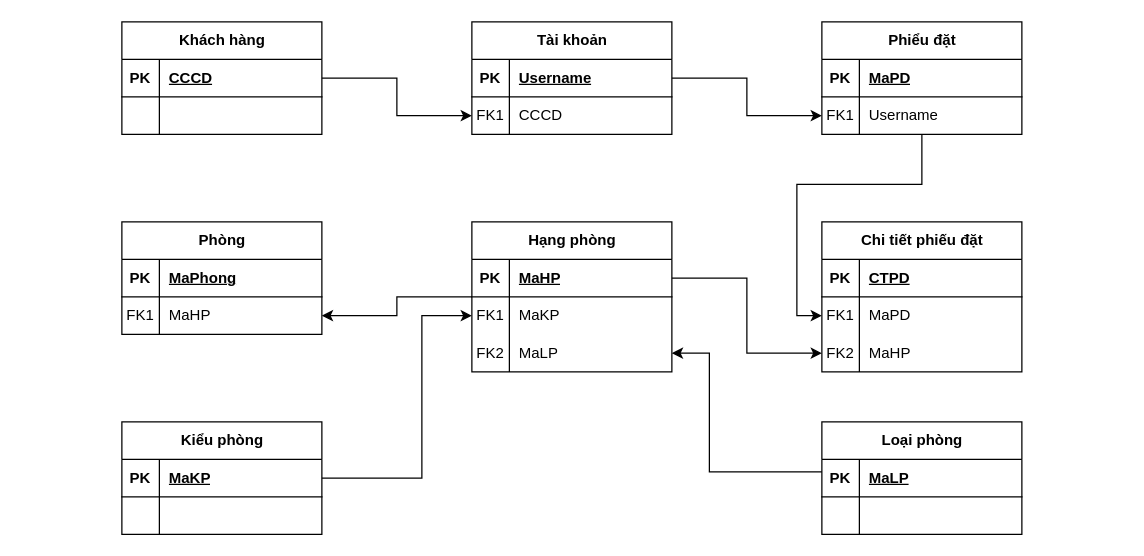
Before: Baocao1.drawio in PLKhang/TTCS_DatPhongKhachSan, a draw.io diagram. Source tidied: cells renumbered, new cells numbered last; positions are measured from the earlier drawing's top-left corner, leaving out a move shared by most shapes. Both pictures are drawn from the tidied source at 125%, with x=0, y=0 at pixel (121, 21).
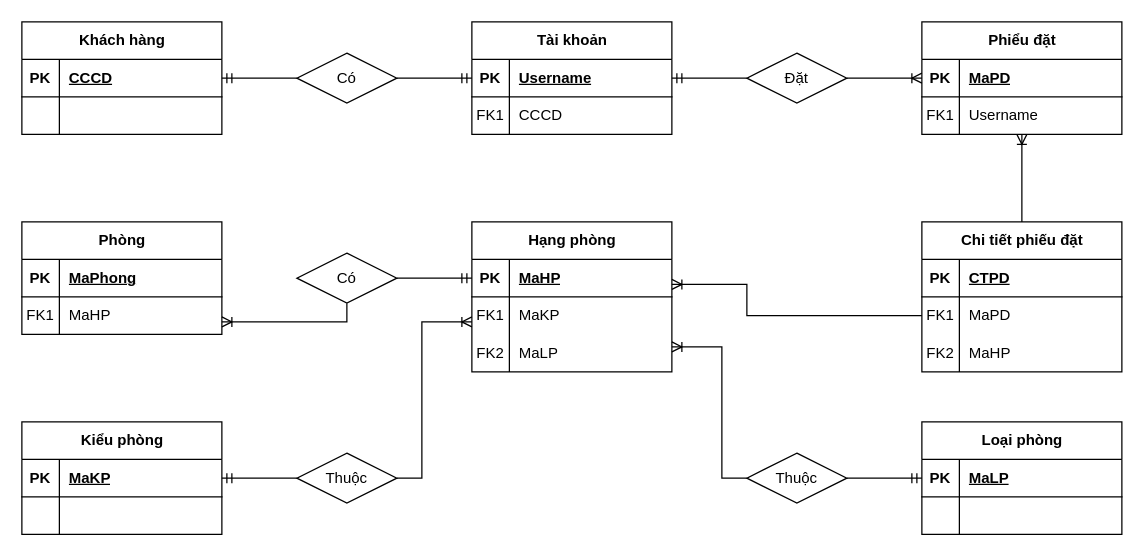
The same diagram, later.

The change refers to these unchanged cells:
```xml
<mxCell id="3" style="shape=tableRow;horizontal=0;startSize=0;swimlaneHead=0;swimlaneBody=0;fillColor=none;points=[[0,0.5],[1,0.5]];portConstraint=eastwest;top=0;left=0;right=0;bottom=1;" parent="2" vertex="1">
  <mxGeometry y="30" width="160" height="30" as="geometry" />
</mxCell>
<mxCell id="29" style="shape=tableRow;horizontal=0;startSize=0;swimlaneHead=0;swimlaneBody=0;fillColor=none;points=[[0,0.5],[1,0.5]];portConstraint=eastwest;top=0;left=0;right=0;bottom=0;" parent="25" vertex="1">
  <mxGeometry y="60" width="160" height="30" as="geometry" />
</mxCell>
<mxCell id="32" style="shape=tableRow;horizontal=0;startSize=0;swimlaneHead=0;swimlaneBody=0;fillColor=none;points=[[0,0.5],[1,0.5]];portConstraint=eastwest;top=0;left=0;right=0;bottom=0;" parent="25" vertex="1">
  <mxGeometry y="90" width="160" height="30" as="geometry" />
</mxCell>
<mxCell id="39" style="shape=tableRow;horizontal=0;startSize=0;swimlaneHead=0;swimlaneBody=0;fillColor=none;points=[[0,0.5],[1,0.5]];portConstraint=eastwest;top=0;left=0;right=0;bottom=0;" parent="35" vertex="1">
  <mxGeometry y="60" width="160" height="30" as="geometry" />
</mxCell>
<mxCell id="43" value="Hạng phòng" style="shape=table;startSize=30;childLayout=tableLayout;rowLines=0;fontStyle=1;align=center;html=1;" parent="1" vertex="1">
  <mxGeometry x="280" y="160" width="160" height="120" as="geometry" />
</mxCell>
<mxCell id="44" style="shape=tableRow;horizontal=0;startSize=0;swimlaneHead=0;swimlaneBody=0;fillColor=none;points=[[0,0.5],[1,0.5]];portConstraint=eastwest;top=0;left=0;right=0;bottom=1;" parent="43" vertex="1">
  <mxGeometry y="30" width="160" height="30" as="geometry" />
</mxCell>
<mxCell id="47" style="shape=tableRow;horizontal=0;startSize=0;swimlaneHead=0;swimlaneBody=0;fillColor=none;points=[[0,0.5],[1,0.5]];portConstraint=eastwest;top=0;left=0;right=0;bottom=0;" parent="43" vertex="1">
  <mxGeometry y="60" width="160" height="30" as="geometry" />
</mxCell>
<mxCell id="50" style="shape=tableRow;horizontal=0;startSize=0;swimlaneHead=0;swimlaneBody=0;fillColor=none;points=[[0,0.5],[1,0.5]];portConstraint=eastwest;top=0;left=0;right=0;bottom=0;" parent="43" vertex="1">
  <mxGeometry y="90" width="160" height="30" as="geometry" />
</mxCell>
<mxCell id="58" style="shape=tableRow;horizontal=0;startSize=0;swimlaneHead=0;swimlaneBody=0;fillColor=none;points=[[0,0.5],[1,0.5]];portConstraint=eastwest;top=0;left=0;right=0;bottom=0;" parent="54" vertex="1">
  <mxGeometry y="60" width="160" height="30" as="geometry" />
</mxCell>
<mxCell id="61" value="Tài khoản" style="shape=table;startSize=30;childLayout=tableLayout;rowLines=0;fontStyle=1;align=center;html=1;" parent="1" vertex="1">
  <mxGeometry x="280" width="160" height="90" as="geometry" />
</mxCell>
<mxCell id="62" style="shape=tableRow;horizontal=0;startSize=0;swimlaneHead=0;swimlaneBody=0;fillColor=none;points=[[0,0.5],[1,0.5]];portConstraint=eastwest;top=0;left=0;right=0;bottom=1;" parent="61" vertex="1">
  <mxGeometry y="30" width="160" height="30" as="geometry" />
</mxCell>
<mxCell id="65" style="shape=tableRow;horizontal=0;startSize=0;swimlaneHead=0;swimlaneBody=0;fillColor=none;points=[[0,0.5],[1,0.5]];portConstraint=eastwest;top=0;left=0;right=0;bottom=0;" parent="61" vertex="1">
  <mxGeometry y="60" width="160" height="30" as="geometry" />
</mxCell>
```

Diff of the diagram source:
```diff
@@
     <mxCell id="2" value="Khách hàng" style="shape=table;startSize=30;childLayout=tableLayout;rowLines=0;fontStyle=1;align=center;html=1;" parent="1" vertex="1">
-      <mxGeometry width="160" height="90" as="geometry" />
+      <mxGeometry x="-80" width="160" height="90" as="geometry" />
     </mxCell>
@@
-    <mxCell id="9" style="edgeStyle=orthogonalEdgeStyle;rounded=0;jettySize=auto;html=1;" parent="1" edge="1" source="10" target="50">
-      <mxGeometry relative="1" as="geometry">
-        <Array as="points">
-          <mxPoint x="470" y="360" />
-          <mxPoint x="470" y="265" />
-        </Array>
-      </mxGeometry>
-    </mxCell>
     <mxCell id="10" value="Loại phòng" style="shape=table;startSize=30;childLayout=tableLayout;rowLines=0;fontStyle=1;align=center;html=1;" parent="1" vertex="1">
-      <mxGeometry x="560" y="320" width="160" height="90" as="geometry" />
+      <mxGeometry x="640" y="320" width="160" height="90" as="geometry" />
     </mxCell>
@@
-    <mxCell id="17" style="edgeStyle=orthogonalEdgeStyle;rounded=0;jettySize=auto;html=1;" parent="1" edge="1" source="18" target="47">
-      <mxGeometry relative="1" as="geometry">
-        <Array as="points">
-          <mxPoint x="240" y="365" />
-          <mxPoint x="240" y="235" />
-        </Array>
-      </mxGeometry>
-    </mxCell>
     <mxCell id="18" value="Kiểu phòng" style="shape=table;startSize=30;childLayout=tableLayout;rowLines=0;fontStyle=1;align=center;html=1;" parent="1" vertex="1">
-      <mxGeometry y="320" width="160" height="90" as="geometry" />
+      <mxGeometry x="-80" y="320" width="160" height="90" as="geometry" />
     </mxCell>
@@
+    <mxCell id="71" style="edgeStyle=orthogonalEdgeStyle;rounded=0;jettySize=auto;html=1;endArrow=ERoneToMany;endFill=0;" parent="1" edge="1" source="25" target="54">
+      <mxGeometry relative="1" as="geometry" />
+    </mxCell>
     <mxCell id="25" value="Chi tiết phiếu đặt" style="shape=table;startSize=30;childLayout=tableLayout;rowLines=0;fontStyle=1;align=center;html=1;" parent="1" vertex="1">
-      <mxGeometry x="560" y="160" width="160" height="120" as="geometry" />
+      <mxGeometry x="640" y="160" width="160" height="120" as="geometry" />
     </mxCell>
@@
     <mxCell id="35" value="Phòng" style="shape=table;startSize=30;childLayout=tableLayout;rowLines=0;fontStyle=1;align=center;html=1;" parent="1" vertex="1">
-      <mxGeometry y="160" width="160" height="90" as="geometry" />
+      <mxGeometry x="-80" y="160" width="160" height="90" as="geometry" />
     </mxCell>
@@
-    <mxCell id="42" style="edgeStyle=orthogonalEdgeStyle;rounded=0;jettySize=auto;html=1;" parent="1" edge="1" source="43" target="39">
-      <mxGeometry relative="1" as="geometry" />
-    </mxCell>
@@
-    <mxCell id="53" style="edgeStyle=orthogonalEdgeStyle;rounded=0;jettySize=auto;html=1;" parent="1" edge="1" source="54" target="29">
-      <mxGeometry relative="1" as="geometry">
-        <Array as="points">
-          <mxPoint x="640" y="130" />
-          <mxPoint x="540" y="130" />
-          <mxPoint x="540" y="235" />
-        </Array>
-      </mxGeometry>
-    </mxCell>
     <mxCell id="54" value="Phiểu đặt" style="shape=table;startSize=30;childLayout=tableLayout;rowLines=0;fontStyle=1;align=center;html=1;" parent="1" vertex="1">
-      <mxGeometry x="560" width="160" height="90" as="geometry" />
+      <mxGeometry x="640" width="160" height="90" as="geometry" />
     </mxCell>
@@
-    <mxCell id="68" style="edgeStyle=orthogonalEdgeStyle;rounded=0;jettySize=auto;html=1;entryX=0;entryY=0.5;entryDx=0;entryDy=0;" parent="1" edge="1" source="3" target="65">
-      <mxGeometry relative="1" as="geometry" />
-    </mxCell>
-    <mxCell id="69" style="edgeStyle=orthogonalEdgeStyle;rounded=0;jettySize=auto;html=1;" parent="1" edge="1" source="62" target="58">
-      <mxGeometry relative="1" as="geometry" />
-    </mxCell>
-    <mxCell id="70" style="edgeStyle=orthogonalEdgeStyle;rounded=0;jettySize=auto;html=1;entryX=0;entryY=0.5;entryDx=0;entryDy=0;" parent="1" edge="1" source="44" target="32">
-      <mxGeometry relative="1" as="geometry" />
-    </mxCell>
+    <mxCell id="72" style="edgeStyle=orthogonalEdgeStyle;rounded=0;jettySize=auto;html=1;endArrow=ERoneToMany;endFill=0;" parent="1" edge="1" source="29" target="43">
+      <mxGeometry relative="1" as="geometry">
+        <Array as="points">
+          <mxPoint x="500" y="235" />
+          <mxPoint x="500" y="210" />
+        </Array>
+      </mxGeometry>
+    </mxCell>
+    <mxCell id="73" style="edgeStyle=orthogonalEdgeStyle;rounded=0;jettySize=auto;html=1;endArrow=ERmandOne;endFill=0;" parent="1" edge="1" source="75" target="18">
+      <mxGeometry relative="1" as="geometry" />
+    </mxCell>
+    <mxCell id="74" style="edgeStyle=orthogonalEdgeStyle;rounded=0;jettySize=auto;html=1;endArrow=ERoneToMany;endFill=0;" parent="1" edge="1" source="75" target="43">
+      <mxGeometry relative="1" as="geometry">
+        <Array as="points">
+          <mxPoint x="240" y="240" />
+        </Array>
+      </mxGeometry>
+    </mxCell>
+    <mxCell id="75" value="Thuộc" style="shape=rhombus;perimeter=rhombusPerimeter;whiteSpace=wrap;html=1;align=center;" parent="1" vertex="1">
+      <mxGeometry x="140" y="345" width="80" height="40" as="geometry" />
+    </mxCell>
+    <mxCell id="76" style="edgeStyle=orthogonalEdgeStyle;rounded=0;jettySize=auto;html=1;endArrow=ERmandOne;endFill=0;" parent="1" edge="1" source="78" target="10">
+      <mxGeometry relative="1" as="geometry" />
+    </mxCell>
+    <mxCell id="77" style="edgeStyle=orthogonalEdgeStyle;rounded=0;jettySize=auto;html=1;endArrow=ERoneToMany;endFill=0;" parent="1" edge="1" source="78" target="43">
+      <mxGeometry relative="1" as="geometry">
+        <Array as="points">
+          <mxPoint x="480" y="260" />
+        </Array>
+      </mxGeometry>
+    </mxCell>
+    <mxCell id="78" value="Thuộc" style="shape=rhombus;perimeter=rhombusPerimeter;whiteSpace=wrap;html=1;align=center;" parent="1" vertex="1">
+      <mxGeometry x="500" y="345" width="80" height="40" as="geometry" />
+    </mxCell>
+    <mxCell id="79" style="edgeStyle=orthogonalEdgeStyle;rounded=0;jettySize=auto;html=1;endArrow=ERmandOne;endFill=0;" parent="1" edge="1" source="81" target="43">
+      <mxGeometry relative="1" as="geometry">
+        <Array as="points">
+          <mxPoint x="260" y="205" />
+          <mxPoint x="260" y="205" />
+        </Array>
+      </mxGeometry>
+    </mxCell>
+    <mxCell id="80" style="edgeStyle=orthogonalEdgeStyle;rounded=0;jettySize=auto;html=1;endArrow=ERoneToMany;endFill=0;" parent="1" edge="1" source="81" target="35">
+      <mxGeometry relative="1" as="geometry">
+        <Array as="points">
+          <mxPoint x="180" y="240" />
+        </Array>
+      </mxGeometry>
+    </mxCell>
+    <mxCell id="81" value="Có" style="shape=rhombus;perimeter=rhombusPerimeter;whiteSpace=wrap;html=1;align=center;" parent="1" vertex="1">
+      <mxGeometry x="140" y="185" width="80" height="40" as="geometry" />
+    </mxCell>
+    <mxCell id="82" style="edgeStyle=orthogonalEdgeStyle;rounded=0;jettySize=auto;html=1;endArrow=ERmandOne;endFill=0;" parent="1" edge="1" source="84" target="61">
+      <mxGeometry relative="1" as="geometry" />
+    </mxCell>
+    <mxCell id="83" style="edgeStyle=orthogonalEdgeStyle;rounded=0;jettySize=auto;html=1;endArrow=ERmandOne;endFill=0;" parent="1" edge="1" source="84" target="2">
+      <mxGeometry relative="1" as="geometry" />
+    </mxCell>
+    <mxCell id="84" value="Có" style="shape=rhombus;perimeter=rhombusPerimeter;whiteSpace=wrap;html=1;align=center;" parent="1" vertex="1">
+      <mxGeometry x="140" y="25" width="80" height="40" as="geometry" />
+    </mxCell>
+    <mxCell id="85" style="edgeStyle=orthogonalEdgeStyle;rounded=0;jettySize=auto;html=1;endArrow=ERmandOne;endFill=0;" parent="1" edge="1" source="87" target="61">
+      <mxGeometry relative="1" as="geometry" />
+    </mxCell>
+    <mxCell id="86" style="edgeStyle=orthogonalEdgeStyle;rounded=0;jettySize=auto;html=1;endArrow=ERoneToMany;endFill=0;" parent="1" edge="1" source="87" target="54">
+      <mxGeometry relative="1" as="geometry">
+        <Array as="points">
+          <mxPoint x="600" y="45" />
+          <mxPoint x="600" y="45" />
+        </Array>
+      </mxGeometry>
+    </mxCell>
+    <mxCell id="87" value="Đặt" style="shape=rhombus;perimeter=rhombusPerimeter;whiteSpace=wrap;html=1;align=center;" parent="1" vertex="1">
+      <mxGeometry x="500" y="25" width="80" height="40" as="geometry" />
+    </mxCell>
```
